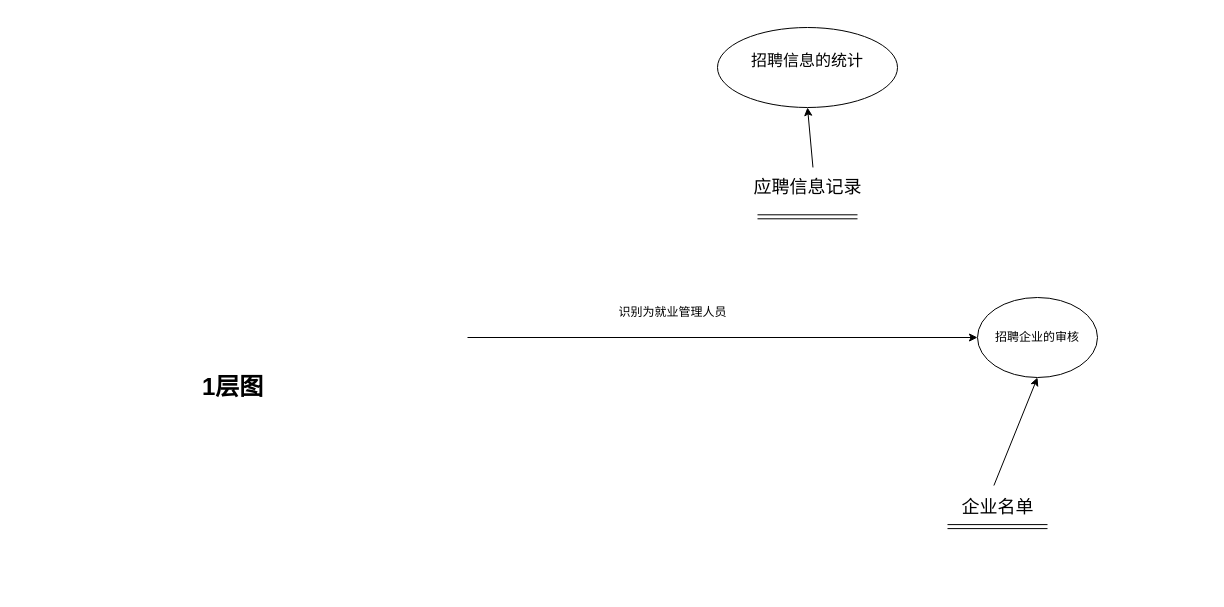
Above: page "第 3 页" (3 of 4) of DFD.drawio in SET025187/EXERCISE001 (draw.io), before the change. Source tidied: cells renumbered, new cells numbered last; positions are measured from the earlier drawing's top-left corner, leaving out a move shared by most shapes. Both pictures are drawn from the tidied source at 100%, with x=0, y=0 at pixel (197, 27).
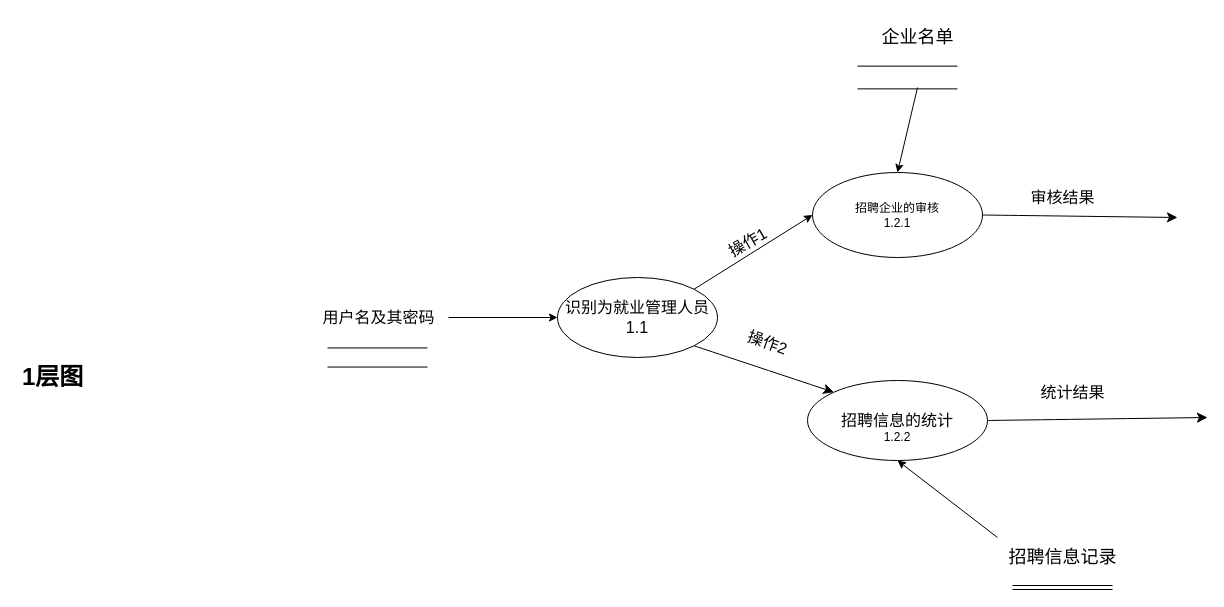
The same page after the edit.

The edit, as a diff of the source:
```diff
@@
     <mxCell id="2" value="&lt;h1&gt;1层图&lt;/h1&gt;" style="text;html=1;strokeColor=none;fillColor=none;spacing=5;spacingTop=-20;whiteSpace=wrap;overflow=hidden;rounded=0;" parent="1" vertex="1">
-      <mxGeometry y="340" width="190" height="120" as="geometry" />
+      <mxGeometry x="-180" y="330" width="190" height="120" as="geometry" />
     </mxCell>
-    <mxCell id="3" value="识别为就业管理人员" style="text;html=1;align=center;verticalAlign=middle;strokeColor=none;fillColor=none;" parent="1" vertex="1">
-      <mxGeometry x="410" y="270" width="130" height="30" as="geometry" />
-    </mxCell>
-    <mxCell id="4" style="endArrow=classic;html=1;rounded=0;entryX=0;entryY=0.5;entryDx=0;entryDy=0;" parent="1" edge="1" target="5">
-      <mxGeometry relative="1" as="geometry">
-        <mxPoint x="270" y="310" as="sourcePoint" />
-      </mxGeometry>
+    <mxCell id="4" style="endArrow=classic;html=1;rounded=0;entryX=0;entryY=0.5;entryDx=0;entryDy=0;exitX=1;exitY=0;exitDx=0;exitDy=0;" parent="1" edge="1" source="16" target="5">
+      <mxGeometry relative="1" as="geometry" />
     </mxCell>
-    <mxCell id="5" value="招聘企业的审核" style="ellipse;whiteSpace=wrap;html=1;" parent="1" vertex="1">
-      <mxGeometry x="780" y="270" width="120" height="80" as="geometry" />
+    <mxCell id="5" value="招聘企业的审核&lt;br&gt;&lt;font&gt;1.2.1&lt;/font&gt;" style="ellipse;whiteSpace=wrap;html=1;" parent="1" vertex="1">
+      <mxGeometry x="615" y="145" width="170" height="85" as="geometry" />
     </mxCell>
     <mxCell id="6" value="&lt;font style=&quot;font-size: 18px;&quot;&gt;企业名单&lt;/font&gt;" style="text;html=1;align=center;verticalAlign=middle;points=[];strokeColor=none;fillColor=none;" parent="1" vertex="1">
-      <mxGeometry x="750" y="460" width="100" height="40" as="geometry" />
+      <mxGeometry x="670" y="-10" width="100" height="40" as="geometry" />
     </mxCell>
-    <mxCell id="7" style="shape=link;html=1;rounded=0;" parent="1" edge="1">
+    <mxCell id="7" style="shape=link;html=1;rounded=0;width=22.727272727272727;" parent="1" edge="1">
       <mxGeometry relative="1" as="geometry">
-        <mxPoint x="750" y="499.1" as="sourcePoint" />
-        <mxPoint x="850" y="499.1" as="targetPoint" />
+        <mxPoint x="660" y="50" as="sourcePoint" />
+        <mxPoint x="760" y="50" as="targetPoint" />
       </mxGeometry>
     </mxCell>
-    <mxCell id="8" style="endArrow=classic;html=1;rounded=0;exitX=0.464;exitY=-0.05;exitDx=0;exitDy=0;exitPerimeter=0;entryX=0.5;entryY=1;entryDx=0;entryDy=0;" parent="1" edge="1" source="6" target="5">
-      <mxGeometry relative="1" as="geometry" />
+    <mxCell id="8" style="endArrow=classic;html=1;rounded=0;entryX=0.5;entryY=0;entryDx=0;entryDy=0;" parent="1" edge="1" target="5">
+      <mxGeometry relative="1" as="geometry">
+        <mxPoint x="720" y="60" as="sourcePoint" />
+      </mxGeometry>
     </mxCell>
-    <mxCell id="9" value="&#10;&lt;span style=&quot;color: rgb(0, 0, 0); font-family: Helvetica; font-size: 16px; font-style: normal; font-variant-ligatures: normal; font-variant-caps: normal; font-weight: 400; letter-spacing: normal; orphans: 2; text-align: center; text-indent: 0px; text-transform: none; widows: 2; word-spacing: 0px; -webkit-text-stroke-width: 0px; background-color: rgb(255, 255, 255); text-decoration-thickness: initial; text-decoration-style: initial; text-decoration-color: initial; float: none; display: inline !important;&quot;&gt;招聘信息的统计&lt;/span&gt;&#10;&#10;" style="ellipse;whiteSpace=wrap;html=1;" parent="1" vertex="1">
-      <mxGeometry x="520" width="180" height="80" as="geometry" />
+    <mxCell id="9" value="&lt;br&gt;&lt;font&gt;&lt;span style=&quot;color: rgb(0, 0, 0); font-family: Helvetica; font-size: 16px; font-style: normal; font-variant-ligatures: normal; font-variant-caps: normal; font-weight: 400; letter-spacing: normal; orphans: 2; text-align: center; text-indent: 0px; text-transform: none; widows: 2; word-spacing: 0px; -webkit-text-stroke-width: 0px; background-color: rgb(255, 255, 255); text-decoration-thickness: initial; text-decoration-style: initial; text-decoration-color: initial; float: none; display: inline !important;&quot;&gt;招聘信息的统计&lt;/span&gt;&lt;br&gt;&lt;font&gt;1.2.2&lt;/font&gt;&lt;/font&gt;" style="ellipse;whiteSpace=wrap;html=1;" parent="1" vertex="1">
+      <mxGeometry x="610" y="353" width="180" height="80" as="geometry" />
     </mxCell>
-    <mxCell id="10" value="&lt;font style=&quot;font-size: 18px;&quot;&gt;应聘信息记录&lt;/font&gt;" style="text;html=1;align=center;verticalAlign=middle;points=[];strokeColor=none;fillColor=none;" parent="1" vertex="1">
-      <mxGeometry x="545" y="140" width="130" height="40" as="geometry" />
+    <mxCell id="10" value="&lt;font style=&quot;font-size: 18px;&quot;&gt;招聘信息记录&lt;/font&gt;" style="text;html=1;align=center;verticalAlign=middle;points=[];strokeColor=none;fillColor=none;" parent="1" vertex="1">
+      <mxGeometry x="800" y="510" width="130" height="40" as="geometry" />
     </mxCell>
     <mxCell id="11" style="shape=link;html=1;rounded=0;" parent="1" edge="1">
       <mxGeometry relative="1" as="geometry">
-        <mxPoint x="560" y="189.3" as="sourcePoint" />
-        <mxPoint x="660" y="189.3" as="targetPoint" />
+        <mxPoint x="815" y="560" as="sourcePoint" />
+        <mxPoint x="915" y="560" as="targetPoint" />
       </mxGeometry>
     </mxCell>
-    <mxCell id="12" style="endArrow=classic;html=1;rounded=0;exitX=0.542;exitY=-0.001;exitDx=0;exitDy=0;exitPerimeter=0;entryX=0.5;entryY=1;entryDx=0;entryDy=0;" parent="1" edge="1" source="10" target="9">
+    <mxCell id="12" style="endArrow=classic;html=1;rounded=0;entryX=0.5;entryY=1;entryDx=0;entryDy=0;exitX=0;exitY=0;exitDx=0;exitDy=0;exitPerimeter=0;" parent="1" edge="1" source="10" target="9">
       <mxGeometry relative="1" as="geometry" />
     </mxCell>
+    <mxCell id="13" style="shape=link;html=1;rounded=0;fontSize=12;startSize=8;endSize=8;curved=1;width=19.09090909090909;" parent="1" edge="1">
+      <mxGeometry relative="1" as="geometry">
+        <mxPoint x="130" y="330" as="sourcePoint" />
+        <mxPoint x="230" y="330" as="targetPoint" />
+      </mxGeometry>
+    </mxCell>
+    <mxCell id="14" value="用户名及其密码" style="text;html=1;align=center;verticalAlign=middle;points=[];strokeColor=none;fillColor=none;fontSize=16;" parent="1" vertex="1">
+      <mxGeometry x="111" y="275" width="140" height="30" as="geometry" />
+    </mxCell>
+    <mxCell id="15" style="endArrow=classic;html=1;rounded=0;entryX=0;entryY=0.5;entryDx=0;entryDy=0;" parent="1" edge="1" source="14" target="16">
+      <mxGeometry relative="1" as="geometry" />
+    </mxCell>
+    <mxCell id="16" value="识别为就业管理人员&lt;br&gt;&lt;font&gt;1.1&lt;/font&gt;" style="ellipse;whiteSpace=wrap;html=1;fontSize=16;" parent="1" vertex="1">
+      <mxGeometry x="360" y="250" width="160" height="80" as="geometry" />
+    </mxCell>
+    <mxCell id="17" style="endArrow=classic;html=1;rounded=0;fontSize=12;startSize=8;endSize=8;curved=1;exitX=1;exitY=1;exitDx=0;exitDy=0;entryX=0;entryY=0;entryDx=0;entryDy=0;" parent="1" edge="1" source="16" target="9">
+      <mxGeometry relative="1" as="geometry" />
+    </mxCell>
+    <mxCell id="18" value="操作1" style="text;html=1;align=center;verticalAlign=middle;strokeColor=none;fillColor=none;fontSize=16;rotation=-30;" parent="1" vertex="1">
+      <mxGeometry x="520" y="200" width="60" height="30" as="geometry" />
+    </mxCell>
+    <mxCell id="19" value="操作2" style="text;html=1;align=center;verticalAlign=middle;strokeColor=none;fillColor=none;fontSize=16;rotation=20;" parent="1" vertex="1">
+      <mxGeometry x="540" y="300" width="60" height="30" as="geometry" />
+    </mxCell>
+    <mxCell id="20" style="endArrow=classic;html=1;rounded=0;fontSize=12;startSize=8;endSize=8;curved=1;exitX=1;exitY=0.5;exitDx=0;exitDy=0;" parent="1" edge="1" source="5">
+      <mxGeometry relative="1" as="geometry">
+        <mxPoint x="980" y="190" as="targetPoint" />
+      </mxGeometry>
+    </mxCell>
+    <mxCell id="21" value="审核结果" style="text;html=1;align=center;verticalAlign=middle;strokeColor=none;fillColor=none;fontSize=16;" parent="1" vertex="1">
+      <mxGeometry x="820" y="155" width="90" height="30" as="geometry" />
+    </mxCell>
+    <mxCell id="22" style="endArrow=classic;html=1;rounded=0;fontSize=12;startSize=8;endSize=8;curved=1;exitX=1;exitY=0.5;exitDx=0;exitDy=0;" parent="1" edge="1" source="9">
+      <mxGeometry relative="1" as="geometry">
+        <mxPoint x="1010" y="390" as="targetPoint" />
+      </mxGeometry>
+    </mxCell>
+    <mxCell id="23" value="统计结果" style="text;html=1;align=center;verticalAlign=middle;strokeColor=none;fillColor=none;fontSize=16;" parent="1" vertex="1">
+      <mxGeometry x="830" y="350" width="90" height="30" as="geometry" />
+    </mxCell>
```
